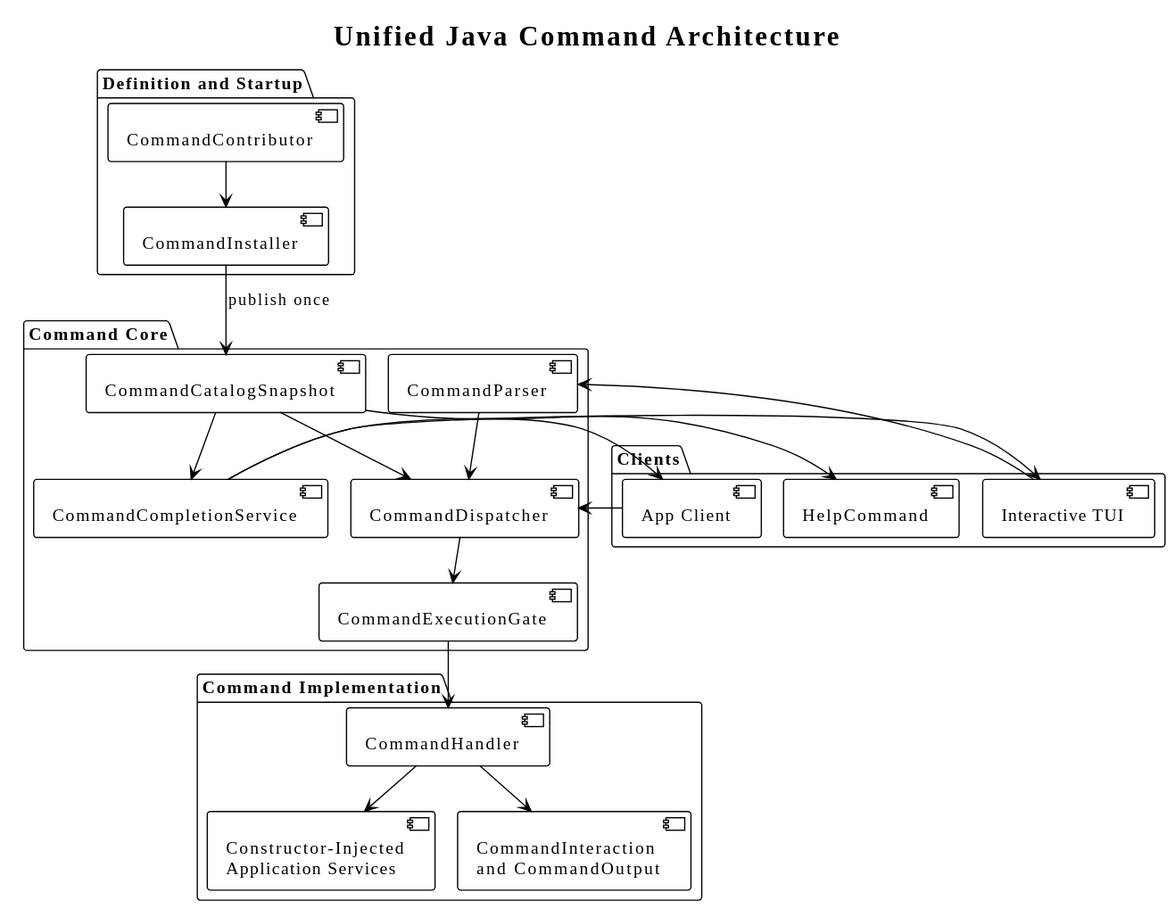
Earlier version of the PlantUML export diagrams/command/03-target-architecture.svg (superheromeZzh/pi-mono-java-design). Source of this version:
```plantuml
@startuml
!theme plain
!pragma layout smetana
skinparam defaultFontName "SansSerif"
skinparam shadowing false
skinparam backgroundColor transparent
title Unified Java Command Architecture

top to bottom direction
package "Definition and Startup" {
  component CommandContributor as Contributor
  component CommandInstaller as Installer
  Contributor --> Installer
}

package "Command Core" {
  component CommandCatalogSnapshot as Snapshot
  component CommandParser as Parser
  component CommandDispatcher as Dispatcher
  component CommandExecutionGate as Gate
  component CommandCompletionService as Completion
  Parser --> Dispatcher
  Snapshot --> Dispatcher
  Dispatcher --> Gate
  Snapshot --> Completion
}

package "Command Implementation" {
  component CommandHandler as Handler
  component "Constructor-Injected\nApplication Services" as Services
  component "CommandInteraction\nand CommandOutput" as Ports
  Handler --> Services
  Handler --> Ports
  Gate --> Handler
}

package "Clients" {
  component "Interactive TUI" as TUI
  component "App Client" as App
  component HelpCommand as Help
  Completion --> TUI
  Completion --> App
  TUI --> Parser
  App --> Dispatcher
  Snapshot --> Help
}

Installer --> Snapshot : publish once
@enduml
```
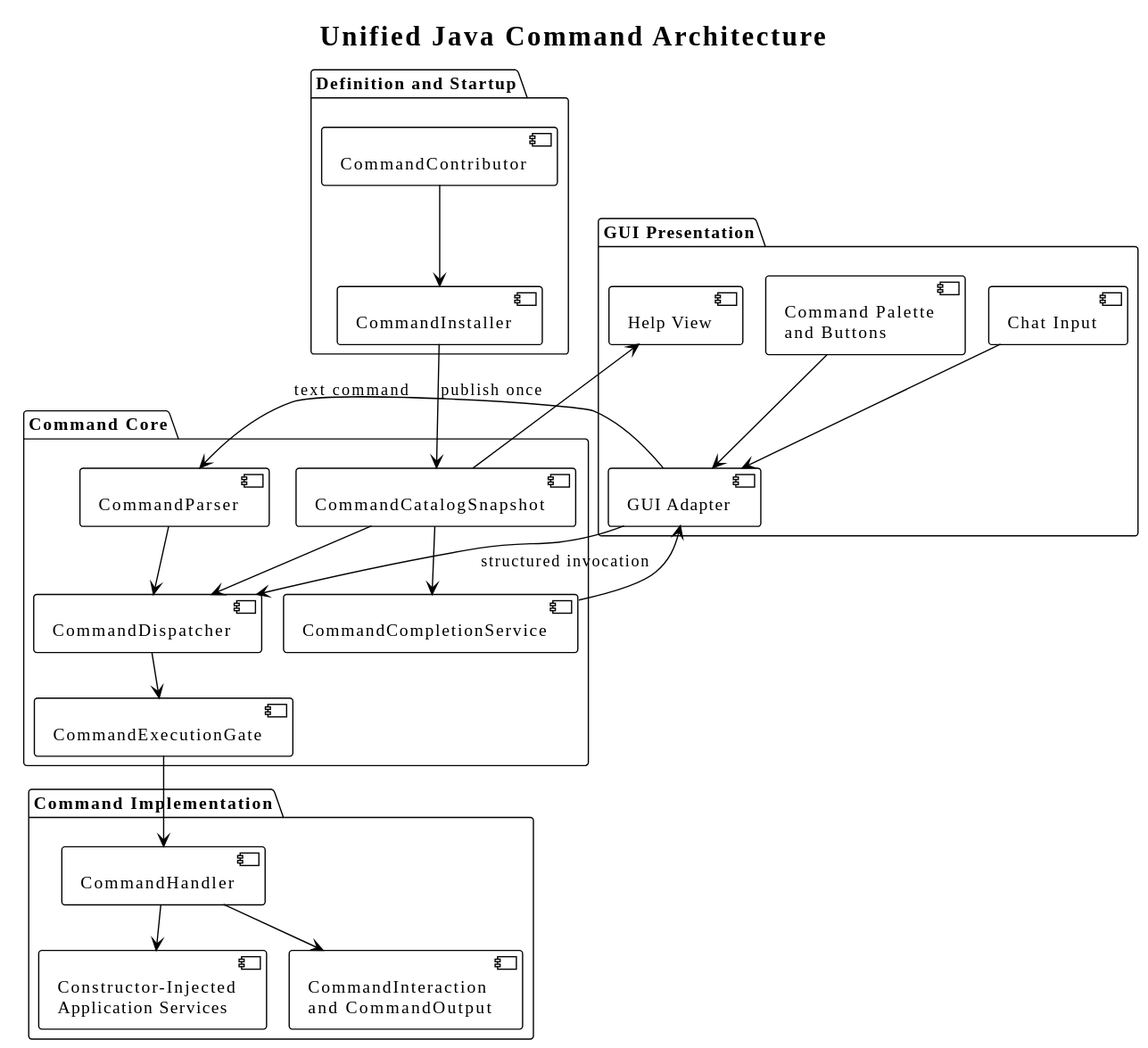
The same file after the commit.

The edit, as a diff of the source:
```diff
@@ -34,14 +34,16 @@
   Gate --> Handler
 }
 
-package "Clients" {
-  component "Interactive TUI" as TUI
-  component "App Client" as App
-  component HelpCommand as Help
-  Completion --> TUI
-  Completion --> App
-  TUI --> Parser
-  App --> Dispatcher
+package "GUI Presentation" {
+  component "GUI Adapter" as GUI
+  component "Chat Input" as ChatInput
+  component "Command Palette\nand Buttons" as Actions
+  component "Help View" as Help
+  Completion --> GUI
+  ChatInput --> GUI
+  Actions --> GUI
+  GUI --> Parser : text command
+  GUI --> Dispatcher : structured invocation
   Snapshot --> Help
 }
 
```
